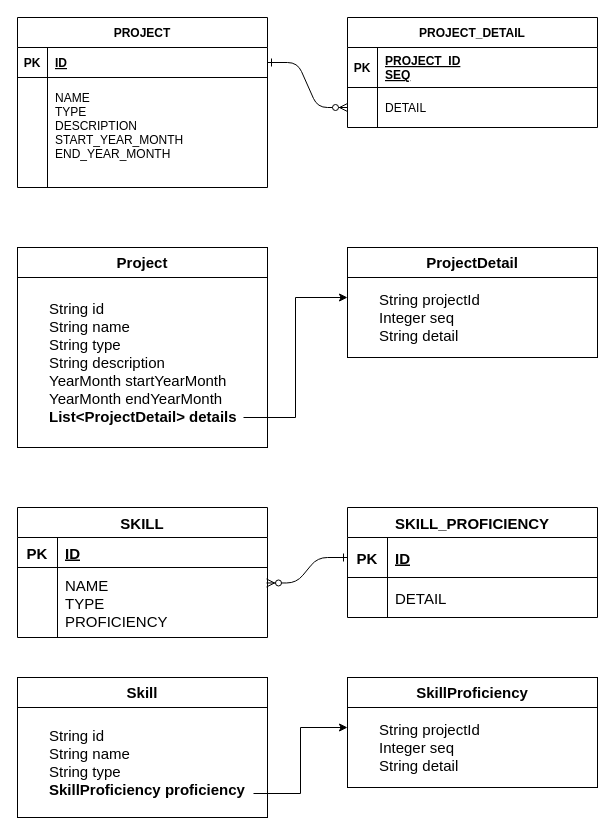
Before: temp/JPA_N+1_문제_해결/diagram.drawio in infomuscle/blog, a draw.io diagram. Source tidied: cells renumbered, new cells numbered last; positions are measured from the earlier drawing's top-left corner, leaving out a move shared by most shapes. Both pictures are drawn from the tidied source at 100%, with x=0, y=0 at pixel (17, 17).
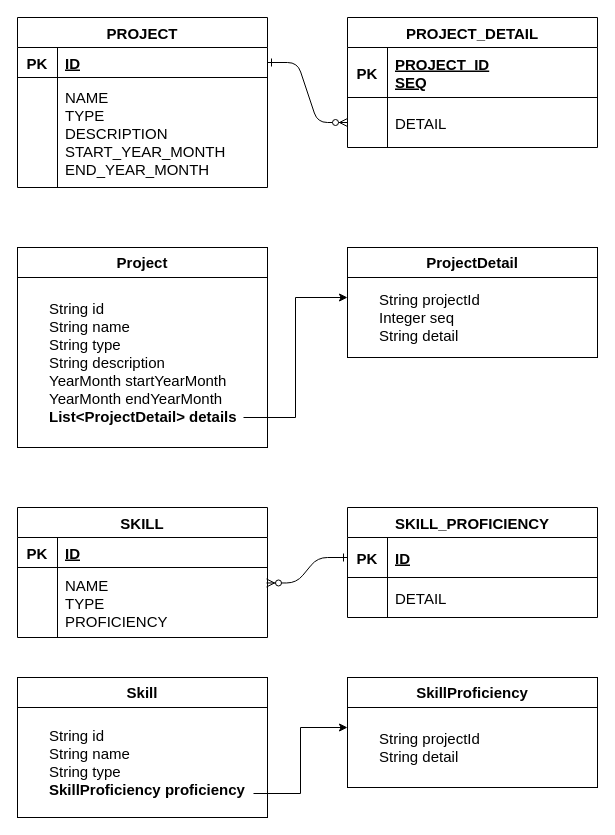
The same diagram, later.

Unchanged cells that the change refers to:
```xml
<mxCell id="11" style="shape=partialRectangle;fillColor=none;points=[[0,0.5],[1,0.5]];portConstraint=eastwest;top=0;left=0;right=0;bottom=1;" parent="10" vertex="1">
  <mxGeometry y="30" width="250" height="30" as="geometry" />
</mxCell>
<mxCell id="14" style="shape=partialRectangle;fillColor=none;top=0;left=0;right=0;bottom=0;" parent="10" vertex="1">
  <mxGeometry y="60" width="250" height="110" as="geometry" />
</mxCell>
```

What changed in the source:
```diff
@@
-    <mxCell id="3" value="PROJECT_DETAIL" style="shape=table;startSize=30;childLayout=tableLayout;rowLines=0;fontStyle=1;align=center;" parent="1" vertex="1">
-      <mxGeometry x="330" width="250" height="110" as="geometry" />
+    <mxCell id="3" value="PROJECT_DETAIL" style="shape=table;startSize=30;childLayout=tableLayout;rowLines=0;fontStyle=1;align=center;fontSize=15;" parent="1" vertex="1">
+      <mxGeometry x="330" width="250" height="130" as="geometry" />
     </mxCell>
     <mxCell id="4" style="shape=partialRectangle;fillColor=none;top=0;left=0;right=0;bottom=1;" parent="3" vertex="1">
-      <mxGeometry y="30" width="250" height="40" as="geometry" />
+      <mxGeometry y="30" width="250" height="50" as="geometry" />
     </mxCell>
-    <mxCell id="5" value="PK" style="shape=partialRectangle;overflow=hidden;fillColor=none;top=0;left=0;bottom=0;right=0;fontStyle=1;" parent="4" vertex="1">
-      <mxGeometry width="30" height="40" as="geometry" />
+    <mxCell id="5" value="PK" style="shape=partialRectangle;overflow=hidden;fillColor=none;top=0;left=0;bottom=0;right=0;fontStyle=1;fontSize=15;" parent="4" vertex="1">
+      <mxGeometry width="40" height="50" as="geometry" />
     </mxCell>
-    <mxCell id="6" value="PROJECT_ID&#10;SEQ" style="shape=partialRectangle;overflow=hidden;fillColor=none;top=0;left=0;bottom=0;right=0;align=left;spacingLeft=6;fontStyle=5;" parent="4" vertex="1">
-      <mxGeometry x="30" width="220" height="40" as="geometry" />
+    <mxCell id="6" value="PROJECT_ID&#10;SEQ" style="shape=partialRectangle;overflow=hidden;fillColor=none;top=0;left=0;bottom=0;right=0;align=left;spacingLeft=6;fontStyle=5;fontSize=15;" parent="4" vertex="1">
+      <mxGeometry x="40" width="210" height="50" as="geometry" />
     </mxCell>
     <mxCell id="7" style="shape=partialRectangle;fillColor=none;points=[[0,0.5],[1,0.5]];portConstraint=eastwest;top=0;left=0;right=0;bottom=0;" parent="3" vertex="1">
-      <mxGeometry y="70" width="250" height="40" as="geometry" />
+      <mxGeometry y="80" width="250" height="50" as="geometry" />
     </mxCell>
     <mxCell id="8" style="shape=partialRectangle;overflow=hidden;fillColor=none;top=0;left=0;bottom=0;right=0;" parent="7" vertex="1">
-      <mxGeometry width="30" height="40" as="geometry" />
+      <mxGeometry width="40" height="50" as="geometry" />
     </mxCell>
-    <mxCell id="9" value="DETAIL" style="shape=partialRectangle;overflow=hidden;fillColor=none;top=0;left=0;bottom=0;right=0;align=left;spacingLeft=6;" parent="7" vertex="1">
-      <mxGeometry x="30" width="220" height="40" as="geometry" />
+    <mxCell id="9" value="DETAIL" style="shape=partialRectangle;overflow=hidden;fillColor=none;top=0;left=0;bottom=0;right=0;align=left;spacingLeft=6;fontSize=15;" parent="7" vertex="1">
+      <mxGeometry x="40" width="210" height="50" as="geometry" />
     </mxCell>
-    <mxCell id="10" value="PROJECT" style="shape=table;startSize=30;childLayout=tableLayout;rowLines=0;fontStyle=1;align=center;" parent="1" vertex="1">
+    <mxCell id="10" value="PROJECT" style="shape=table;startSize=30;childLayout=tableLayout;rowLines=0;fontStyle=1;align=center;fontSize=15;" parent="1" vertex="1">
       <mxGeometry width="250" height="170" as="geometry" />
     </mxCell>
@@
-    <mxCell id="12" value="PK" style="shape=partialRectangle;overflow=hidden;fillColor=none;top=0;left=0;bottom=0;right=0;fontStyle=1;" parent="11" vertex="1">
-      <mxGeometry width="30" height="30" as="geometry" />
+    <mxCell id="12" value="PK" style="shape=partialRectangle;overflow=hidden;fillColor=none;top=0;left=0;bottom=0;right=0;fontStyle=1;fontSize=15;" parent="11" vertex="1">
+      <mxGeometry width="40" height="30" as="geometry" />
     </mxCell>
-    <mxCell id="13" value="ID" style="shape=partialRectangle;overflow=hidden;fillColor=none;top=0;left=0;bottom=0;right=0;align=left;spacingLeft=6;fontStyle=5;" parent="11" vertex="1">
-      <mxGeometry x="30" width="220" height="30" as="geometry" />
+    <mxCell id="13" value="ID" style="shape=partialRectangle;overflow=hidden;fillColor=none;top=0;left=0;bottom=0;right=0;align=left;spacingLeft=6;fontStyle=5;fontSize=15;" parent="11" vertex="1">
+      <mxGeometry x="40" width="210" height="30" as="geometry" />
     </mxCell>
@@
     <mxCell id="15" style="shape=partialRectangle;overflow=hidden;fillColor=none;top=0;left=0;bottom=0;right=0;" parent="14" vertex="1">
-      <mxGeometry width="30" height="110" as="geometry" />
+      <mxGeometry width="40" height="110" as="geometry" />
     </mxCell>
-    <mxCell id="16" value="NAME&#10;TYPE&#10;DESCRIPTION&#10;START_YEAR_MONTH&#10;END_YEAR_MONTH&#10;" style="shape=partialRectangle;overflow=hidden;fillColor=none;top=0;left=0;bottom=0;right=0;align=left;spacingLeft=6;" parent="14" vertex="1">
-      <mxGeometry x="30" width="220" height="110" as="geometry" />
+    <mxCell id="16" value="NAME&#10;TYPE&#10;DESCRIPTION&#10;START_YEAR_MONTH&#10;END_YEAR_MONTH" style="shape=partialRectangle;overflow=hidden;fillColor=none;top=0;left=0;bottom=0;right=0;align=left;spacingLeft=6;fontSize=15;" parent="14" vertex="1">
+      <mxGeometry x="40" width="210" height="110" as="geometry" />
     </mxCell>
@@
-    <mxCell id="44" value="&lt;font style=&quot;font-size: 15px;&quot;&gt;String projectId&lt;br&gt;Integer seq&lt;br&gt;String detail&lt;/font&gt;" style="text;html=1;strokeColor=none;fillColor=none;align=left;verticalAlign=middle;whiteSpace=wrap;overflow=hidden;fontSize=12;" parent="1" vertex="1">
+    <mxCell id="44" value="&lt;font style=&quot;font-size: 15px;&quot;&gt;String projectId&lt;br&gt;String detail&lt;/font&gt;" style="text;html=1;strokeColor=none;fillColor=none;align=left;verticalAlign=middle;whiteSpace=wrap;overflow=hidden;fontSize=12;" parent="1" vertex="1">
       <mxGeometry x="360" y="700" width="190" height="60" as="geometry" />
     </mxCell>
```
